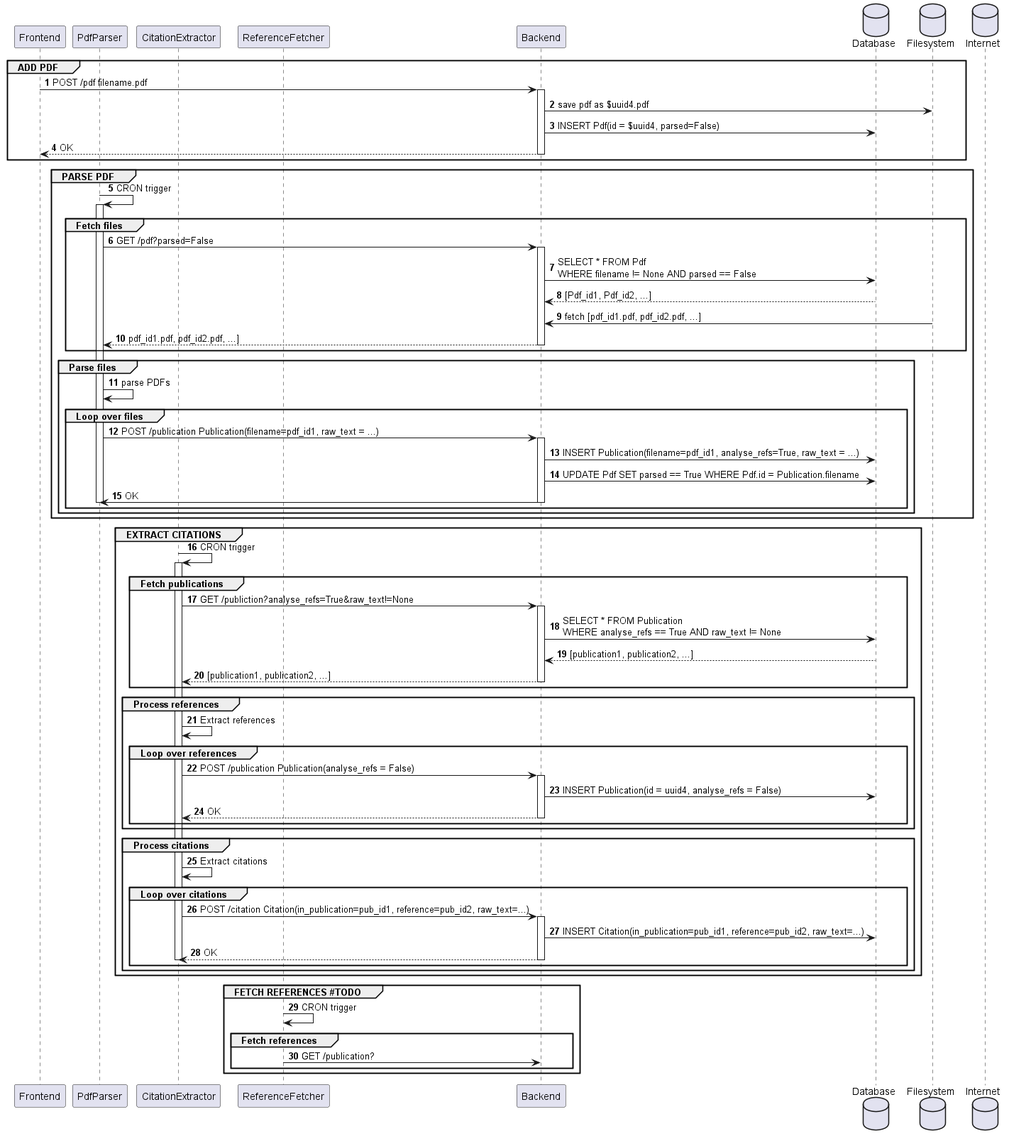
Earlier version of the PlantUML export docs/process flow.png (ouspg/refhandler).
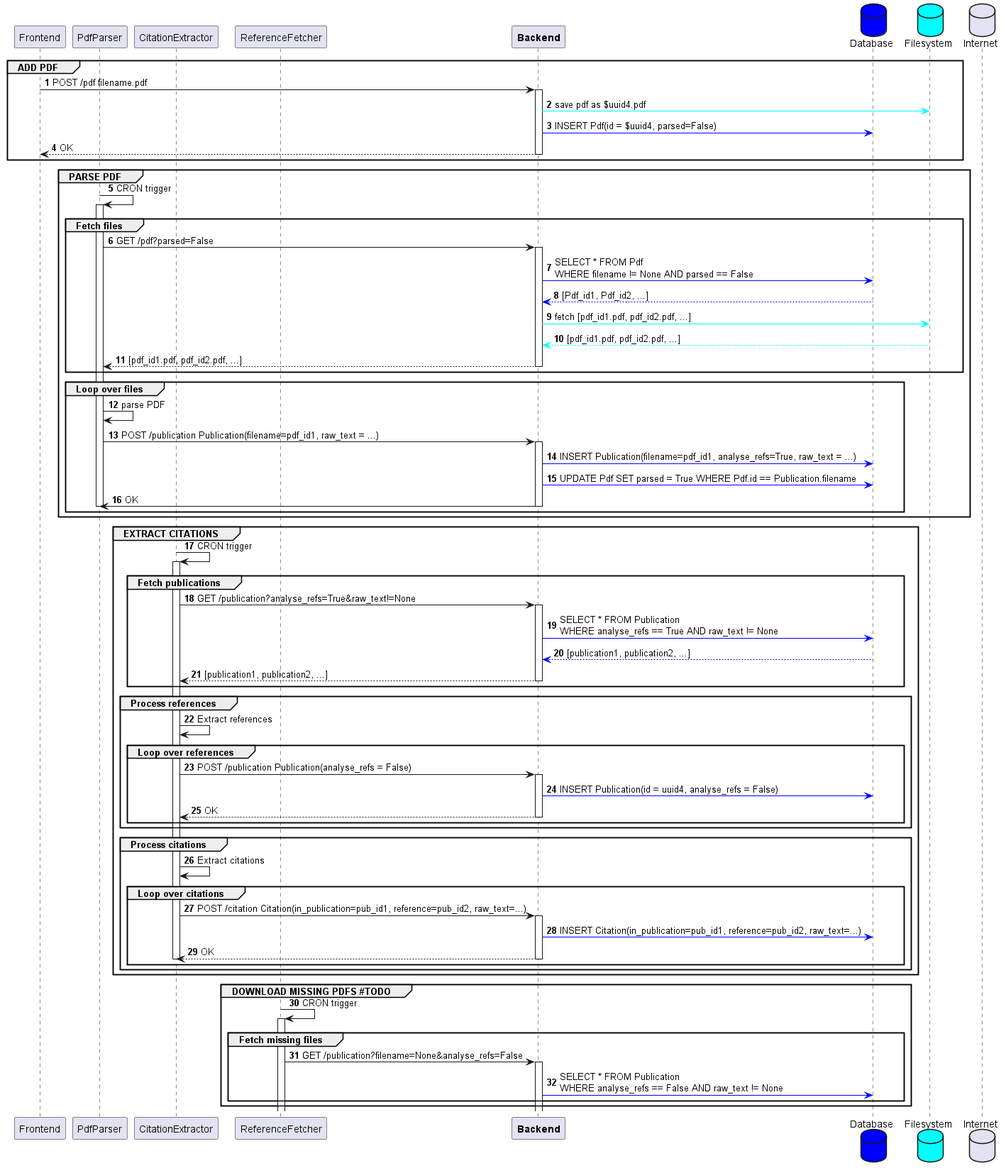
After the commit.

What changed in the source:
```diff
@@ -6,9 +6,9 @@
 participant CitationExtractor as ce
 participant ReferenceFetcher as rf
 
-participant Backend as b
-database    Database   as db
-database    Filesystem as fs
+participant "**Backend**" as b
+database    Database   as db #Blue
+database    Filesystem as fs #Cyan
 database    Internet as internet
 
 
@@ -16,8 +16,8 @@
 
 f -> b: POST /pdf filename.pdf
 activate b
-b -> fs: save pdf as $uuid4.pdf
-b -> db: INSERT Pdf(id = $uuid4, parsed=False)
+b -[#Cyan]> fs: save pdf as $uuid4.pdf
+b -[#Blue]> db: INSERT Pdf(id = $uuid4, parsed=False)
 b --> f: OK
 deactivate b
 end
@@ -28,36 +28,36 @@
 group Fetch files
 pdfp -> b: GET /pdf?parsed=False
 activate b
-b -> db: SELECT * FROM Pdf \nWHERE filename != None AND parsed == False
-db --> b: [Pdf_id1, Pdf_id2, ...]
-fs -> b: fetch [pdf_id1.pdf, pdf_id2.pdf, ...]
-b --> pdfp: pdf_id1.pdf, pdf_id2.pdf, ...]
+b -[#Blue]> db: SELECT * FROM Pdf \nWHERE filename != None AND parsed == False
+db --[#Blue]> b: [Pdf_id1, Pdf_id2, ...]
+b -[#Cyan]> fs: fetch [pdf_id1.pdf, pdf_id2.pdf, ...]
+fs --[#Cyan]> b: [pdf_id1.pdf, pdf_id2.pdf, ...]
+b --> pdfp: [pdf_id1.pdf, pdf_id2.pdf, ...]
 deactivate b
 end
 
-group Parse files
-pdfp -> pdfp: parse PDFs
 group Loop over files
+pdfp -> pdfp: parse PDF
 pdfp -> b: POST /publication Publication(filename=pdf_id1, raw_text = ...)
 activate b
-b -> db: INSERT Publication(filename=pdf_id1, analyse_refs=True, raw_text = ...)
-b -> db: UPDATE Pdf SET parsed == True WHERE Pdf.id = Publication.filename
+b -[#Blue]> db: INSERT Publication(filename=pdf_id1, analyse_refs=True, raw_text = ...)
+b -[#Blue]> db: UPDATE Pdf SET parsed = True WHERE Pdf.id == Publication.filename
 b -> pdfp: OK
 deactivate b
 deactivate pdfp
 end
 end
-end
+
 
 group EXTRACT CITATIONS
 ce -> ce: CRON trigger
 activate ce
 
 group Fetch publications
-ce -> b: GET /publiction?analyse_refs=True&raw_text!=None
+ce -> b: GET /publication?analyse_refs=True&raw_text!=None
 activate b
-b -> db: SELECT * FROM Publication \nWHERE analyse_refs == True AND raw_text != None
-db --> b: [publication1, publication2, ...]
+b -[#Blue]> db: SELECT * FROM Publication \nWHERE analyse_refs == True AND raw_text != None
+db --[#Blue]> b: [publication1, publication2, ...]
 b --> ce: [publication1, publication2, ...]
 deactivate b
 end
@@ -67,7 +67,7 @@
 group Loop over references
 ce -> b: POST /publication Publication(analyse_refs = False)
 activate b
-b -> db: INSERT Publication(id = uuid4, analyse_refs = False)
+b -[#Blue]> db: INSERT Publication(id = uuid4, analyse_refs = False)
 b --> ce: OK
 deactivate b
 end
@@ -78,7 +78,7 @@
 group Loop over citations
 ce -> b: POST /citation Citation(in_publication=pub_id1, reference=pub_id2, raw_text=...)
 activate b
-b -> db: INSERT Citation(in_publication=pub_id1, reference=pub_id2, raw_text=...)
+b -[#Blue]> db: INSERT Citation(in_publication=pub_id1, reference=pub_id2, raw_text=...)
 b --> ce: OK
 deactivate b
 deactivate ce
@@ -86,11 +86,13 @@
 end
 end
 
-group FETCH REFERENCES #TODO
+group DOWNLOAD MISSING PDFS #TODO
 rf -> rf: CRON trigger
-
-group Fetch references
-rf -> b: GET /publication?
+activate rf
+group Fetch missing files
+rf -> b: GET /publication?filename=None&analyse_refs=False
+activate b
+b -[#Blue]> db: SELECT * FROM Publication \nWHERE analyse_refs == False AND raw_text != None
 end
 end
 
```
